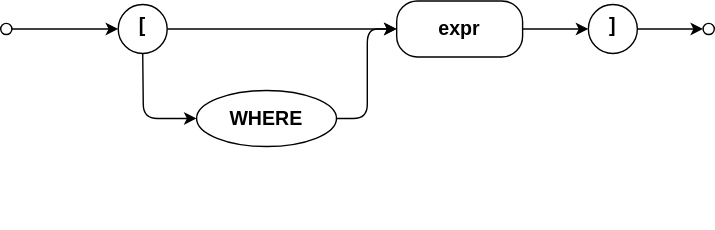
Earlier version of the draw.io export assets/cxl/infix-filter.drawio.svg (capire/docs). Source tidied: cells renumbered, new cells last; positions are measured from the earlier drawing's top-left corner, leaving out a move shared by most shapes.
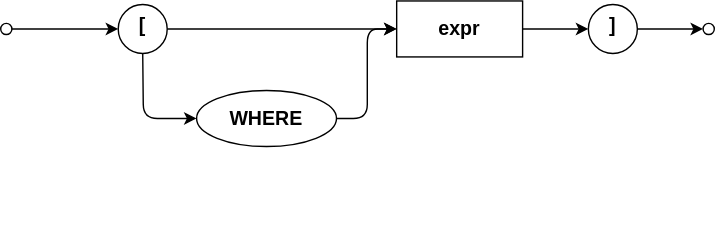
After the commit.

What changed in the source:
```diff
@@ -32,7 +32,7 @@
     <mxCell id="11" style="edgeStyle=none;html=1;strokeWidth=1;verticalAlign=middle;align=center;fontStyle=1;fontSize=14;" parent="1" edge="1" source="12" target="10">
       <mxGeometry relative="1" as="geometry" />
     </mxCell>
-    <mxCell id="12" value="expr" style="rounded=1;whiteSpace=wrap;html=1;strokeWidth=1;arcSize=37;verticalAlign=middle;align=center;fontStyle=1;fontSize=14;" parent="1" vertex="1">
+    <mxCell id="12" value="expr" style="rounded=0;whiteSpace=wrap;html=1;strokeWidth=1;arcSize=37;verticalAlign=middle;align=center;fontStyle=1;fontSize=14;" parent="1" vertex="1">
       <mxGeometry x="283" width="90" height="40" as="geometry" />
     </mxCell>
     <mxCell id="13" style="edgeStyle=elbowEdgeStyle;html=1;labelBackgroundColor=none;rounded=1;elbow=horizontal;endArrow=classic;endFill=1;align=center;exitX=0.5;exitY=1;exitDx=0;exitDy=0;entryX=0;entryY=0.5;entryDx=0;entryDy=0;strokeWidth=1;verticalAlign=middle;fontStyle=1;fontSize=14;" parent="1" edge="1" source="8" target="5">
```
